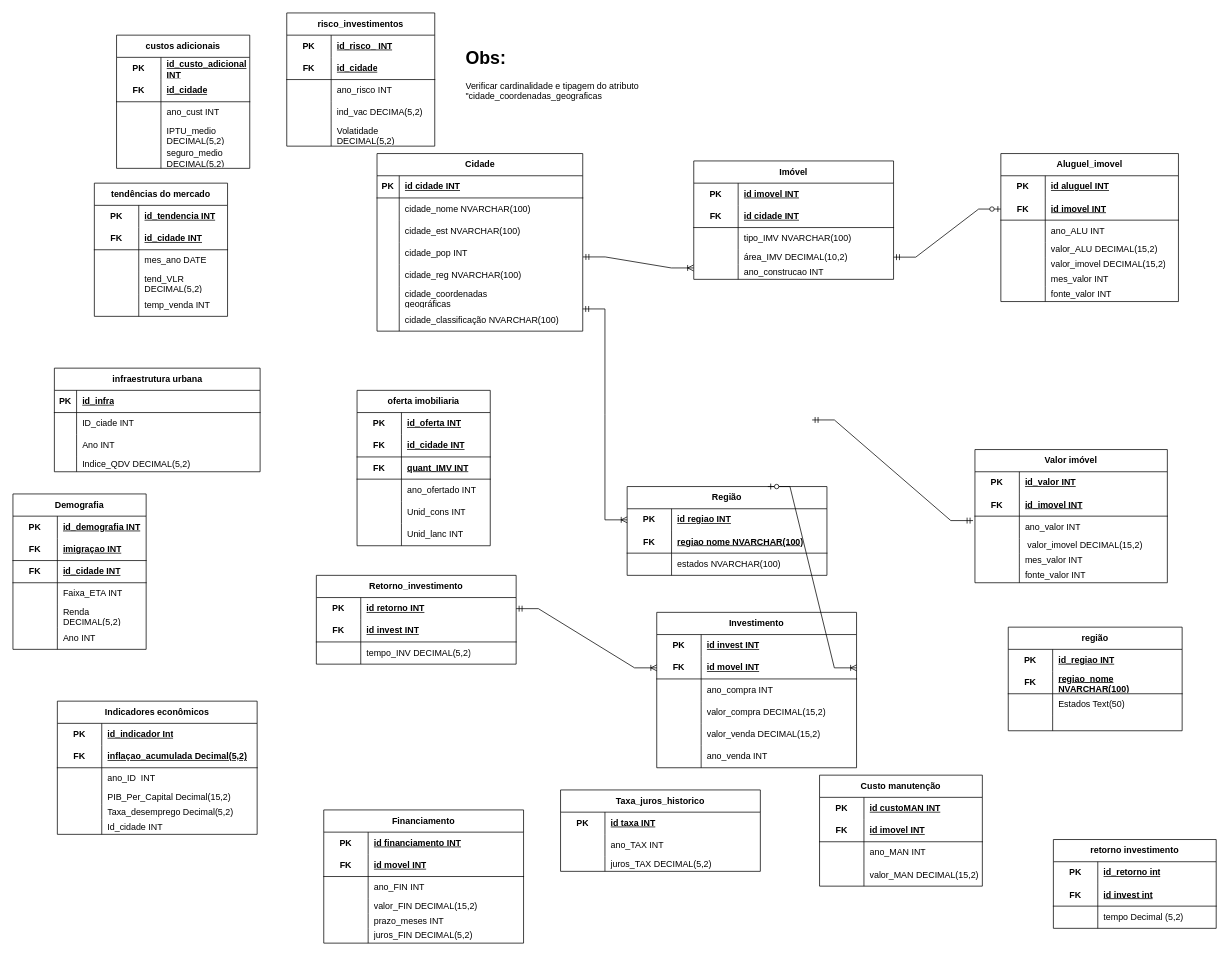
Guilherme22B/Group_by keeps this draw.io diagram as GroupBy.drawio. Above is the earlier version. Source tidied: cells renumbered, new cells numbered last; positions are measured from the earlier drawing's top-left corner, leaving out a move shared by most shapes. Both pictures are drawn from the tidied source at 74%, with x=0, y=0 at pixel (13, 13).
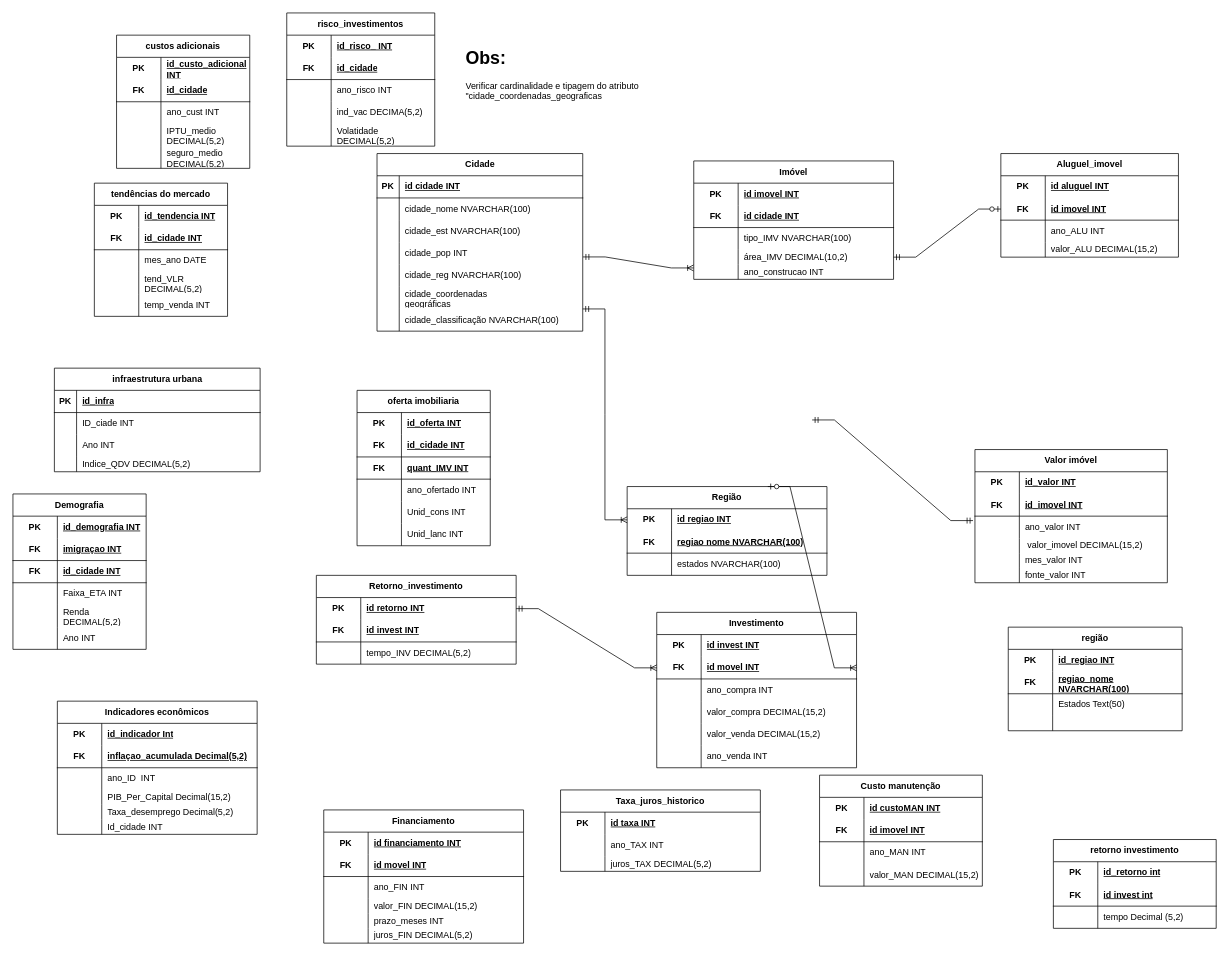
Above is the later version.

Commit message:
tabela 6 alterada

Diff of the diagram source:
```diff
@@
     <mxCell id="93" value="Aluguel_imovel" style="shape=table;startSize=30;childLayout=tableLayout;rowLines=0;fontStyle=1;align=center;html=1;whiteSpace=wrap;" parent="1" vertex="1">
-      <mxGeometry x="1335" y="190" width="240" height="200" as="geometry" />
+      <mxGeometry x="1335" y="190" width="240" height="140" as="geometry" />
     </mxCell>
@@
-    <mxCell id="106" style="shape=tableRow;horizontal=0;startSize=0;swimlaneHead=0;swimlaneBody=0;fillColor=none;top=0;left=0;right=0;bottom=0;html=1;" parent="93" vertex="1">
-      <mxGeometry y="140" width="240" height="20" as="geometry" />
-    </mxCell>
-    <mxCell id="107" style="shape=partialRectangle;fillColor=none;top=0;left=0;bottom=0;right=0;overflow=hidden;html=1;whiteSpace=wrap;" parent="106" vertex="1">
-      <mxGeometry width="60" height="20" as="geometry" />
-    </mxCell>
-    <mxCell id="108" value="valor_imovel DECIMAL(15,2)&lt;div&gt;&lt;br&gt;&lt;/div&gt;" style="shape=partialRectangle;fillColor=none;top=0;left=0;bottom=0;right=0;align=left;spacingLeft=6;overflow=hidden;html=1;whiteSpace=wrap;" parent="106" vertex="1">
-      <mxGeometry x="60" width="180" height="20" as="geometry" />
-    </mxCell>
-    <mxCell id="109" style="shape=tableRow;horizontal=0;startSize=0;swimlaneHead=0;swimlaneBody=0;fillColor=none;top=0;left=0;right=0;bottom=0;html=1;" parent="93" vertex="1">
-      <mxGeometry y="160" width="240" height="20" as="geometry" />
-    </mxCell>
-    <mxCell id="110" style="shape=partialRectangle;fillColor=none;top=0;left=0;bottom=0;right=0;overflow=hidden;html=1;whiteSpace=wrap;" parent="109" vertex="1">
-      <mxGeometry width="60" height="20" as="geometry" />
-    </mxCell>
-    <mxCell id="111" value="mes_valor INT" style="shape=partialRectangle;fillColor=none;top=0;left=0;bottom=0;right=0;align=left;spacingLeft=6;overflow=hidden;html=1;whiteSpace=wrap;" parent="109" vertex="1">
-      <mxGeometry x="60" width="180" height="20" as="geometry" />
-    </mxCell>
-    <mxCell id="112" style="shape=tableRow;horizontal=0;startSize=0;swimlaneHead=0;swimlaneBody=0;fillColor=none;top=0;left=0;right=0;bottom=0;html=1;" parent="93" vertex="1">
-      <mxGeometry y="180" width="240" height="20" as="geometry" />
-    </mxCell>
-    <mxCell id="113" style="shape=partialRectangle;fillColor=none;top=0;left=0;bottom=0;right=0;overflow=hidden;html=1;whiteSpace=wrap;" parent="112" vertex="1">
-      <mxGeometry width="60" height="20" as="geometry" />
-    </mxCell>
-    <mxCell id="114" value="fonte_valor INT" style="shape=partialRectangle;fillColor=none;top=0;left=0;bottom=0;right=0;align=left;spacingLeft=6;overflow=hidden;html=1;whiteSpace=wrap;" parent="112" vertex="1">
-      <mxGeometry x="60" width="180" height="20" as="geometry" />
-    </mxCell>
```
